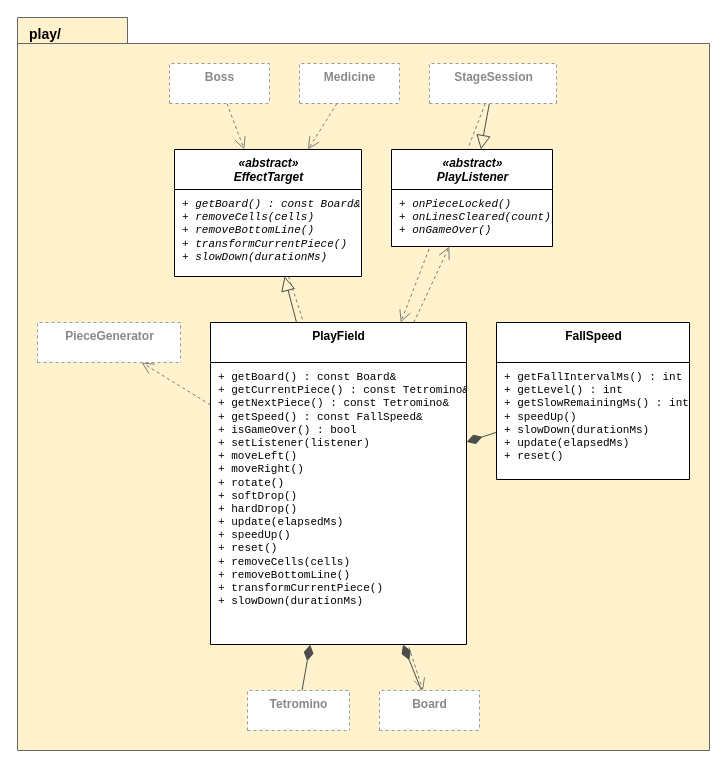
taeg2/ku-oop2-tetris keeps this draw.io diagram as page "play" (5 of 10) of docs/oop-tetris-class-diagram.drawio. Above is the earlier version. Source tidied: cells renumbered, new cells numbered last; positions are measured from the earlier drawing's top-left corner, leaving out a move shared by most shapes. Both pictures are drawn from the tidied source at 100%, with x=0, y=0 at pixel (17, 17).
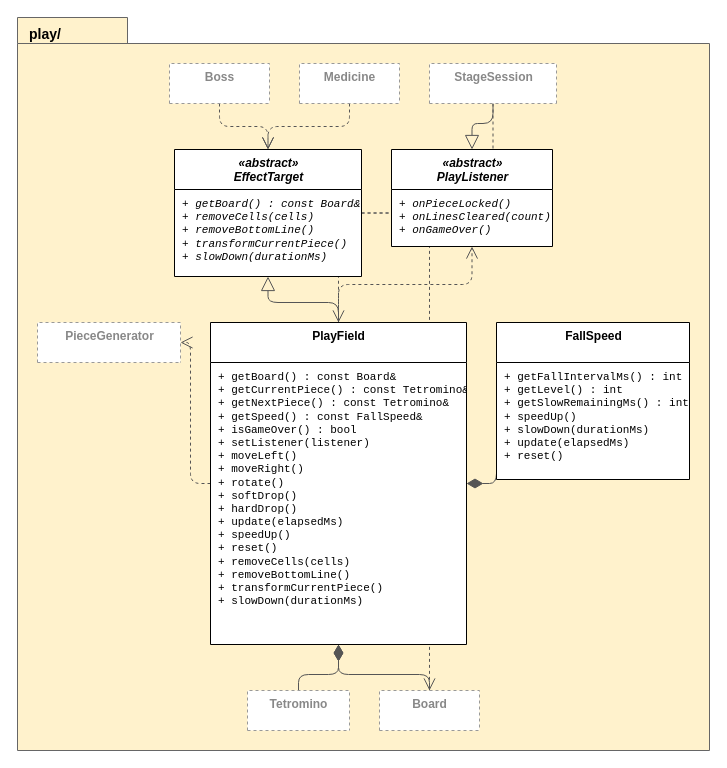
Above is the later version.

The change refers to these unchanged cells:
```xml
<mxCell id="14" value="Boss" style="swimlane;fontStyle=1;align=center;verticalAlign=top;horizontal=1;startSize=40;html=1;fillColor=#ffffff;swimlaneFillColor=#ffffff;dashed=1;fontColor=#888888;strokeColor=#999999;" parent="1" vertex="1">
  <mxGeometry x="152" y="46" width="100" height="40" as="geometry" />
</mxCell>
<mxCell id="15" value="Medicine" style="swimlane;fontStyle=1;align=center;verticalAlign=top;horizontal=1;startSize=40;html=1;fillColor=#ffffff;swimlaneFillColor=#ffffff;dashed=1;fontColor=#888888;strokeColor=#999999;" parent="1" vertex="1">
  <mxGeometry x="282" y="46" width="100" height="40" as="geometry" />
</mxCell>
<mxCell id="16" value="StageSession" style="swimlane;fontStyle=1;align=center;verticalAlign=top;horizontal=1;startSize=40;html=1;fillColor=#ffffff;swimlaneFillColor=#ffffff;dashed=1;fontColor=#888888;strokeColor=#999999;" parent="1" vertex="1">
  <mxGeometry x="412" y="46" width="127" height="40" as="geometry" />
</mxCell>
<mxCell id="17" value="«abstract»&lt;br&gt;EffectTarget" style="swimlane;fontStyle=3;align=center;verticalAlign=top;horizontal=1;startSize=40;html=1;fillColor=#ffffff;swimlaneFillColor=#ffffff;" parent="1" vertex="1">
  <mxGeometry x="157" y="132" width="187" height="127" as="geometry" />
</mxCell>
<mxCell id="19" value="«abstract»&lt;br&gt;PlayListener" style="swimlane;fontStyle=3;align=center;verticalAlign=top;horizontal=1;startSize=40;html=1;fillColor=#ffffff;swimlaneFillColor=#ffffff;" parent="1" vertex="1">
  <mxGeometry x="374" y="132" width="161" height="97" as="geometry" />
</mxCell>
<mxCell id="21" value="PieceGenerator" style="swimlane;fontStyle=1;align=center;verticalAlign=top;horizontal=1;startSize=40;html=1;fillColor=#ffffff;swimlaneFillColor=#ffffff;dashed=1;fontColor=#888888;strokeColor=#999999;" parent="1" vertex="1">
  <mxGeometry x="20" y="305" width="143" height="40" as="geometry" />
</mxCell>
<mxCell id="22" value="PlayField" style="swimlane;fontStyle=1;align=center;verticalAlign=top;horizontal=1;startSize=40;html=1;fillColor=#ffffff;swimlaneFillColor=#ffffff;" parent="1" vertex="1">
  <mxGeometry x="193" y="305" width="256" height="322" as="geometry" />
</mxCell>
<mxCell id="24" value="FallSpeed" style="swimlane;fontStyle=1;align=center;verticalAlign=top;horizontal=1;startSize=40;html=1;fillColor=#ffffff;swimlaneFillColor=#ffffff;" parent="1" vertex="1">
  <mxGeometry x="479" y="305" width="193" height="157" as="geometry" />
</mxCell>
<mxCell id="26" value="Tetromino" style="swimlane;fontStyle=1;align=center;verticalAlign=top;horizontal=1;startSize=40;html=1;fillColor=#ffffff;swimlaneFillColor=#ffffff;dashed=1;fontColor=#888888;strokeColor=#999999;" parent="1" vertex="1">
  <mxGeometry x="230" y="673" width="102" height="40" as="geometry" />
</mxCell>
<mxCell id="27" value="Board" style="swimlane;fontStyle=1;align=center;verticalAlign=top;horizontal=1;startSize=40;html=1;fillColor=#ffffff;swimlaneFillColor=#ffffff;dashed=1;fontColor=#888888;strokeColor=#999999;" parent="1" vertex="1">
  <mxGeometry x="362" y="673" width="100" height="40" as="geometry" />
</mxCell>
```

The edit, as a diff of the source:
```diff
@@
-    <mxCell id="3" style="edgeStyle=none;rounded=0;html=1;endArrow=block;endFill=0;endSize=12;strokeColor=#4d4d4d;" parent="1" edge="1" source="22" target="17">
+    <mxCell id="3" style="edgeStyle=orthogonalEdgeStyle;rounded=1;html=1;jettySize=auto;strokeColor=#555555;endArrow=block;endFill=0;endSize=12;" parent="1" edge="1" source="22" target="17">
       <mxGeometry relative="1" as="geometry" />
     </mxCell>
-    <mxCell id="4" style="edgeStyle=none;rounded=0;html=1;endArrow=block;endFill=0;endSize=12;strokeColor=#4d4d4d;" parent="1" edge="1" source="16" target="19">
+    <mxCell id="4" style="edgeStyle=orthogonalEdgeStyle;rounded=1;html=1;jettySize=auto;strokeColor=#555555;endArrow=block;endFill=0;endSize=12;" parent="1" edge="1" source="16" target="19">
       <mxGeometry relative="1" as="geometry" />
     </mxCell>
-    <mxCell id="5" style="edgeStyle=none;rounded=0;html=1;startArrow=diamondThin;startFill=1;startSize=14;endArrow=none;strokeColor=#4d4d4d;" parent="1" edge="1" source="22" target="27">
+    <mxCell id="5" style="edgeStyle=orthogonalEdgeStyle;rounded=1;html=1;jettySize=auto;strokeColor=#555555;startArrow=diamondThin;startFill=1;startSize=14;endArrow=none;" parent="1" edge="1" source="22" target="27">
       <mxGeometry relative="1" as="geometry" />
     </mxCell>
-    <mxCell id="6" style="edgeStyle=none;rounded=0;html=1;startArrow=diamondThin;startFill=1;startSize=14;endArrow=none;strokeColor=#4d4d4d;" parent="1" edge="1" source="22" target="24">
+    <mxCell id="6" style="edgeStyle=orthogonalEdgeStyle;rounded=1;html=1;jettySize=auto;strokeColor=#555555;startArrow=diamondThin;startFill=1;startSize=14;endArrow=none;" parent="1" edge="1" source="22" target="24">
       <mxGeometry relative="1" as="geometry" />
     </mxCell>
-    <mxCell id="7" style="edgeStyle=none;rounded=0;html=1;startArrow=diamondThin;startFill=1;startSize=14;endArrow=none;strokeColor=#4d4d4d;" parent="1" edge="1" source="22" target="26">
+    <mxCell id="7" style="edgeStyle=orthogonalEdgeStyle;rounded=1;html=1;jettySize=auto;strokeColor=#555555;startArrow=diamondThin;startFill=1;startSize=14;endArrow=none;" parent="1" edge="1" source="22" target="26">
       <mxGeometry relative="1" as="geometry" />
     </mxCell>
-    <mxCell id="8" style="edgeStyle=none;rounded=0;html=1;endArrow=open;endFill=0;endSize=10;dashed=1;strokeColor=#7a7a7a;" parent="1" edge="1" source="22" target="21">
+    <mxCell id="8" style="edgeStyle=orthogonalEdgeStyle;rounded=1;html=1;jettySize=auto;strokeColor=#555555;endArrow=open;endFill=0;endSize=10;dashed=1;" parent="1" edge="1" source="22" target="21">
       <mxGeometry relative="1" as="geometry" />
     </mxCell>
-    <mxCell id="9" style="edgeStyle=none;rounded=0;html=1;endArrow=open;endFill=0;endSize=10;dashed=1;strokeColor=#7a7a7a;" parent="1" edge="1" source="22" target="19">
+    <mxCell id="9" style="edgeStyle=orthogonalEdgeStyle;rounded=1;html=1;jettySize=auto;strokeColor=#555555;endArrow=open;endFill=0;endSize=10;dashed=1;" parent="1" edge="1" source="22" target="19">
       <mxGeometry relative="1" as="geometry" />
     </mxCell>
-    <mxCell id="10" style="edgeStyle=none;rounded=0;html=1;endArrow=open;endFill=0;endSize=10;dashed=1;strokeColor=#7a7a7a;" parent="1" edge="1" source="17" target="27">
+    <mxCell id="10" style="edgeStyle=orthogonalEdgeStyle;rounded=1;html=1;jettySize=auto;strokeColor=#555555;endArrow=open;endFill=0;endSize=10;dashed=1;" parent="1" edge="1" source="17" target="27">
       <mxGeometry relative="1" as="geometry" />
     </mxCell>
-    <mxCell id="11" style="edgeStyle=none;rounded=0;html=1;endArrow=open;endFill=0;endSize=10;dashed=1;strokeColor=#7a7a7a;" parent="1" edge="1" source="16" target="22">
+    <mxCell id="11" style="edgeStyle=orthogonalEdgeStyle;rounded=1;html=1;jettySize=auto;strokeColor=#555555;endArrow=open;endFill=0;endSize=10;dashed=1;" parent="1" edge="1" source="16" target="22">
       <mxGeometry relative="1" as="geometry" />
     </mxCell>
-    <mxCell id="12" style="edgeStyle=none;rounded=0;html=1;endArrow=open;endFill=0;endSize=10;dashed=1;strokeColor=#7a7a7a;" parent="1" edge="1" source="14" target="17">
+    <mxCell id="12" style="edgeStyle=orthogonalEdgeStyle;rounded=1;html=1;jettySize=auto;strokeColor=#555555;endArrow=open;endFill=0;endSize=10;dashed=1;" parent="1" edge="1" source="14" target="17">
       <mxGeometry relative="1" as="geometry" />
     </mxCell>
-    <mxCell id="13" style="edgeStyle=none;rounded=0;html=1;endArrow=open;endFill=0;endSize=10;dashed=1;strokeColor=#7a7a7a;" parent="1" edge="1" source="15" target="17">
+    <mxCell id="13" style="edgeStyle=orthogonalEdgeStyle;rounded=1;html=1;jettySize=auto;strokeColor=#555555;endArrow=open;endFill=0;endSize=10;dashed=1;" parent="1" edge="1" source="15" target="17">
       <mxGeometry relative="1" as="geometry" />
     </mxCell>
```
